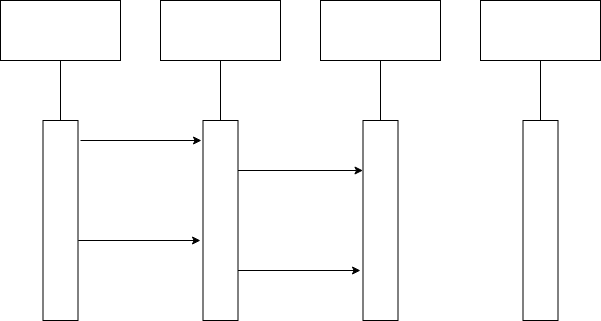
Above: Sequence Diagram.drawio.png in ThenmozhiBalasubramanian/mcaProjectDiagram (draw.io), before the change. Source tidied: cells renumbered, new cells last; positions are measured from the earlier drawing's top-left corner, leaving out a move shared by most shapes.
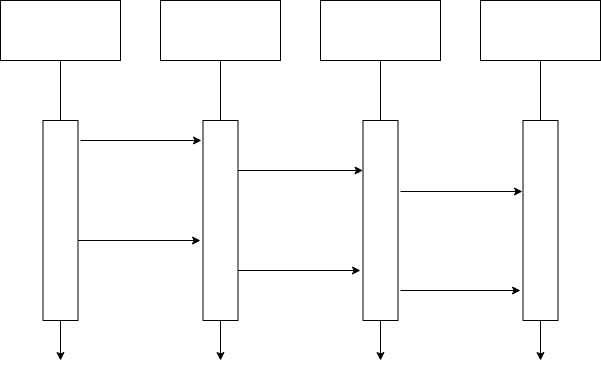
After the commit.

What changed in the source:
```diff
@@ -29,6 +29,11 @@
         </Array>
       </mxGeometry>
     </mxCell>
+    <mxCell id="18" style="edgeStyle=orthogonalEdgeStyle;rounded=0;jettySize=auto;html=1;exitX=0.5;exitY=1;exitDx=0;exitDy=0;" parent="1" edge="1" source="8">
+      <mxGeometry relative="1" as="geometry">
+        <mxPoint x="60" y="360" as="targetPoint" />
+      </mxGeometry>
+    </mxCell>
     <mxCell id="8" style="rounded=0;whiteSpace=wrap;html=1;strokeColor=#000000;" parent="1" vertex="1">
       <mxGeometry x="42.5" y="120" width="35" height="200" as="geometry" />
     </mxCell>
@@ -40,12 +45,36 @@
         <mxPoint x="360" y="270" as="targetPoint" />
       </mxGeometry>
     </mxCell>
+    <mxCell id="19" style="edgeStyle=orthogonalEdgeStyle;rounded=0;jettySize=auto;html=1;exitX=0.5;exitY=1;exitDx=0;exitDy=0;" parent="1" edge="1" source="11">
+      <mxGeometry relative="1" as="geometry">
+        <mxPoint x="220" y="360" as="targetPoint" />
+      </mxGeometry>
+    </mxCell>
     <mxCell id="11" style="rounded=0;whiteSpace=wrap;html=1;strokeColor=#000000;" parent="1" vertex="1">
       <mxGeometry x="202.5" y="120" width="35" height="200" as="geometry" />
     </mxCell>
+    <mxCell id="20" style="edgeStyle=orthogonalEdgeStyle;rounded=0;jettySize=auto;html=1;exitX=1.071;exitY=0.355;exitDx=0;exitDy=0;entryX=-0.014;entryY=0.355;entryDx=0;entryDy=0;exitPerimeter=0;entryPerimeter=0;" parent="1" edge="1" source="12" target="13">
+      <mxGeometry relative="1" as="geometry" />
+    </mxCell>
+    <mxCell id="21" style="edgeStyle=orthogonalEdgeStyle;rounded=0;orthogonalLoop=1;jettySize=auto;html=1;" parent="1" edge="1">
+      <mxGeometry relative="1" as="geometry">
+        <mxPoint x="400" y="290" as="sourcePoint" />
+        <mxPoint x="520" y="290" as="targetPoint" />
+      </mxGeometry>
+    </mxCell>
+    <mxCell id="22" style="edgeStyle=orthogonalEdgeStyle;rounded=0;jettySize=auto;html=1;exitX=0.5;exitY=1;exitDx=0;exitDy=0;" parent="1" edge="1" source="12">
+      <mxGeometry relative="1" as="geometry">
+        <mxPoint x="380" y="360" as="targetPoint" />
+      </mxGeometry>
+    </mxCell>
     <mxCell id="12" style="rounded=0;whiteSpace=wrap;html=1;strokeColor=#000000;" parent="1" vertex="1">
       <mxGeometry x="362.5" y="120" width="35" height="200" as="geometry" />
     </mxCell>
+    <mxCell id="23" style="edgeStyle=orthogonalEdgeStyle;rounded=0;jettySize=auto;html=1;exitX=0.5;exitY=1;exitDx=0;exitDy=0;" parent="1" edge="1" source="13">
+      <mxGeometry relative="1" as="geometry">
+        <mxPoint x="540" y="360" as="targetPoint" />
+      </mxGeometry>
+    </mxCell>
     <mxCell id="13" style="rounded=0;whiteSpace=wrap;html=1;strokeColor=#000000;" parent="1" vertex="1">
       <mxGeometry x="522.5" y="120" width="35" height="200" as="geometry" />
     </mxCell>
```
